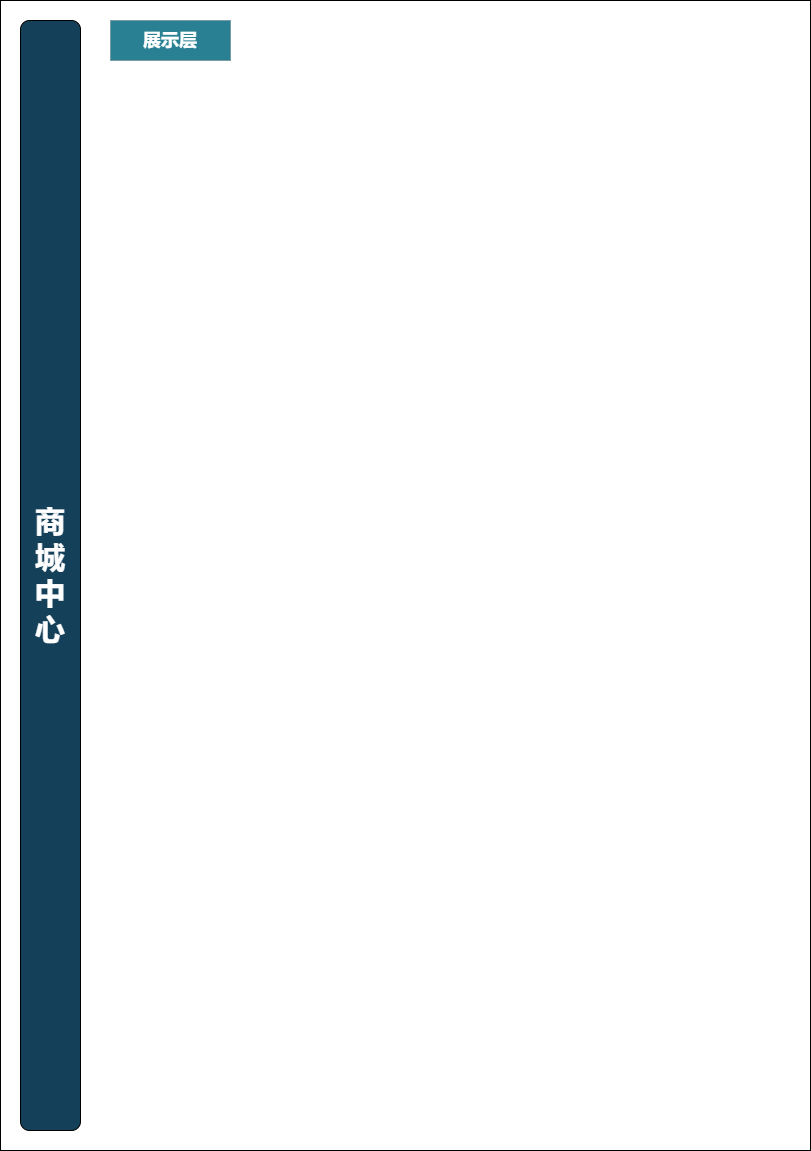
The draw.io diagram 商城/后台/商城系统/商城中心/商品中心.drawio.png in Wangdewei1/architecture-diagram, before a commit. Source tidied: cells renumbered, new cells last; positions are measured from the earlier drawing's top-left corner, leaving out a move shared by most shapes.
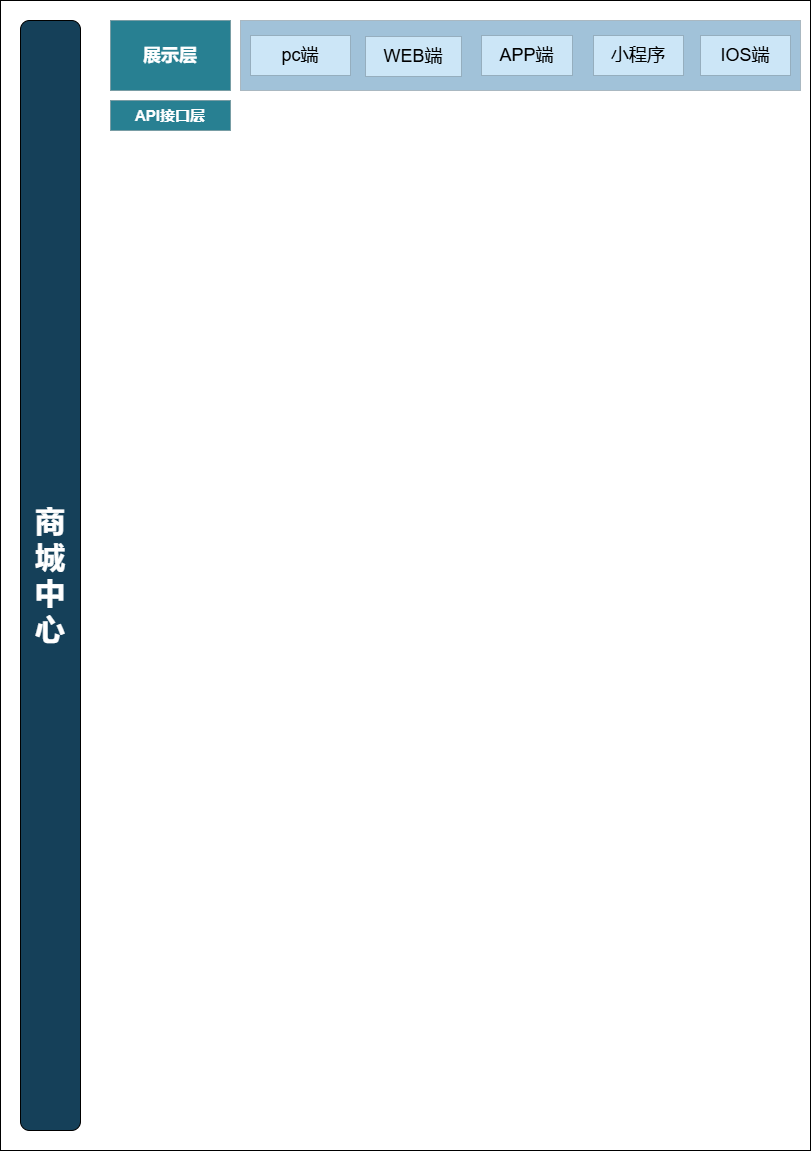
After the commit.

Commit message:
更新商品中心.drawio.png

Change to the diagram source:
```diff
@@ -9,7 +9,28 @@
       <mxGeometry x="20" y="20" width="60" height="1110" as="geometry" />
     </mxCell>
     <mxCell id="4" value="&lt;b&gt;&lt;font style=&quot;font-size: 18px; color: rgb(255, 255, 255);&quot;&gt;展示层&lt;/font&gt;&lt;/b&gt;" style="rounded=0;whiteSpace=wrap;html=1;fillColor=#288092;strokeColor=default;strokeWidth=0;" parent="1" vertex="1">
-      <mxGeometry x="110" y="20" width="120" height="40" as="geometry" />
+      <mxGeometry x="110" y="20" width="120" height="70" as="geometry" />
     </mxCell>
+    <mxCell id="5" value="&lt;b&gt;&lt;font style=&quot;color: rgb(255, 255, 255); font-size: 15px;&quot;&gt;API接口层&lt;/font&gt;&lt;/b&gt;" style="rounded=0;whiteSpace=wrap;html=1;fillColor=#288092;strokeColor=default;strokeWidth=0;" parent="1" vertex="1">
+      <mxGeometry x="110" y="100" width="120" height="30" as="geometry" />
+    </mxCell>
+    <mxCell id="6" style="rounded=0;whiteSpace=wrap;html=1;fillColor=light-dark(#a1c2d9, #ededed);strokeWidth=0;" parent="1" vertex="1">
+      <mxGeometry x="240" y="20" width="560" height="70" as="geometry" />
+    </mxCell>
+    <mxCell id="7" value="&lt;font style=&quot;font-size: 18px; color: light-dark(rgb(0, 0, 0), rgb(18, 18, 18));&quot;&gt;IOS端&lt;/font&gt;" style="rounded=0;whiteSpace=wrap;html=1;fillColor=light-dark(#cce6f7, #519dac);strokeColor=default;strokeWidth=0;" parent="1" vertex="1">
+      <mxGeometry x="700" y="35" width="90" height="40" as="geometry" />
+    </mxCell>
+    <mxCell id="8" value="&lt;font style=&quot;font-size: 18px; color: light-dark(rgb(0, 0, 0), rgb(18, 18, 18));&quot;&gt;pc端&lt;/font&gt;" style="rounded=0;whiteSpace=wrap;html=1;fillColor=light-dark(#cce6f7, #519dac);strokeColor=default;strokeWidth=0;" parent="1" vertex="1">
+      <mxGeometry x="250" y="35" width="100" height="40" as="geometry" />
+    </mxCell>
+    <mxCell id="9" value="&lt;font style=&quot;font-size: 18px; color: light-dark(rgb(0, 0, 0), rgb(18, 18, 18));&quot;&gt;WEB端&lt;/font&gt;" style="rounded=0;whiteSpace=wrap;html=1;fillColor=light-dark(#cce6f7, #519dac);strokeColor=default;strokeWidth=0;" parent="1" vertex="1">
+      <mxGeometry x="365" y="36" width="96" height="40" as="geometry" />
+    </mxCell>
+    <mxCell id="10" value="&lt;font style=&quot;font-size: 18px; color: light-dark(rgb(0, 0, 0), rgb(18, 18, 18));&quot;&gt;APP端&lt;/font&gt;" style="rounded=0;whiteSpace=wrap;html=1;fillColor=light-dark(#cce6f7, #519dac);strokeColor=default;strokeWidth=0;" parent="1" vertex="1">
+      <mxGeometry x="481" y="35" width="91" height="40" as="geometry" />
+    </mxCell>
+    <mxCell id="11" value="&lt;span style=&quot;font-size: 18px;&quot;&gt;小程序&lt;/span&gt;" style="rounded=0;whiteSpace=wrap;html=1;fillColor=light-dark(#cce6f7, #519dac);strokeColor=default;strokeWidth=0;" parent="1" vertex="1">
+      <mxGeometry x="593" y="35" width="90" height="40" as="geometry" />
+    </mxCell>
   </root>
 </mxGraphModel>
```
